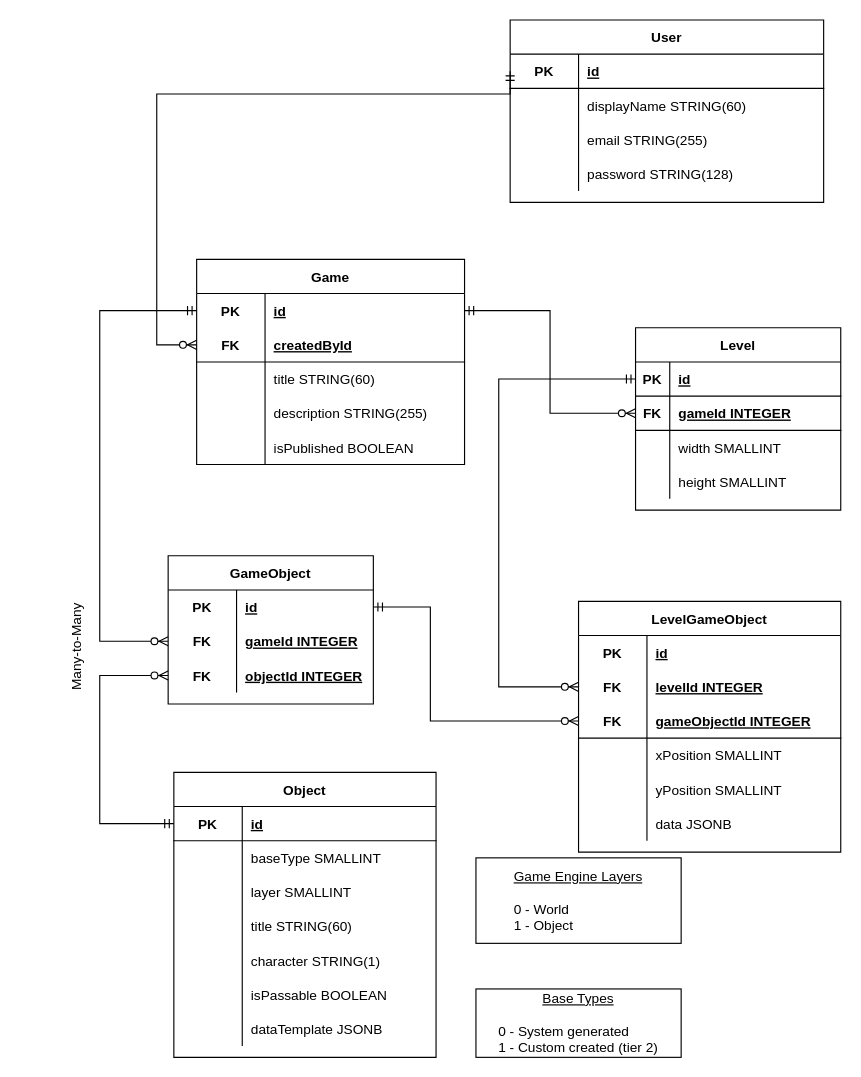
Before: docs/DatabaseERD - tier 1.drawio in CS4450-ASCII/ASCIIDungeons, a draw.io diagram. Source tidied: cells renumbered, new cells numbered last; positions are measured from the earlier drawing's top-left corner, leaving out a move shared by most shapes. Both pictures are drawn from the tidied source at 114%, with x=0, y=0 at pixel (19, 19).
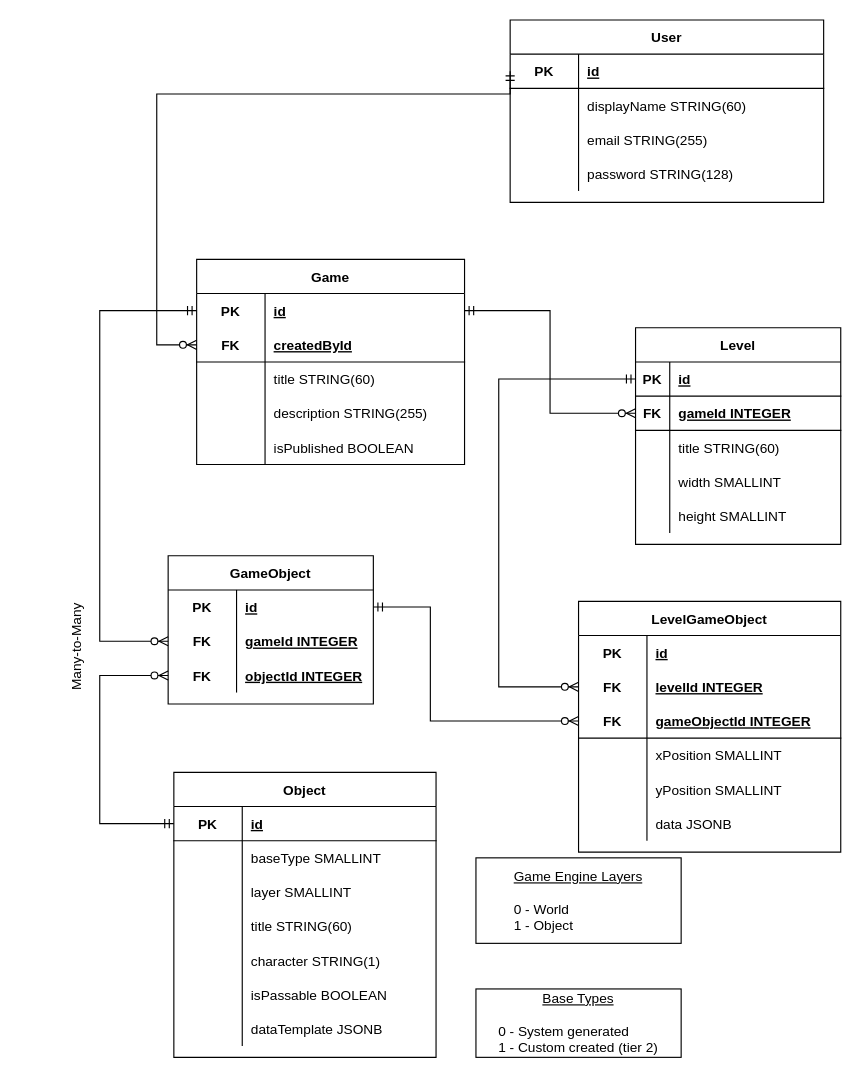
After the change.

Unchanged cells that the change refers to:
```xml
<mxCell id="38" style="shape=partialRectangle;fillColor=none;top=0;left=0;bottom=0;right=0;" parent="31" vertex="1">
  <mxGeometry y="90" width="180" height="30" as="geometry" />
</mxCell>
```

Change to the diagram source:
```diff
@@
     <mxCell id="31" value="Level" style="shape=table;startSize=30;childLayout=tableLayout;rowLines=0;fontStyle=1;align=center;" parent="1" vertex="1">
-      <mxGeometry x="540" y="270" width="180" height="160" as="geometry" />
+      <mxGeometry x="540" y="270" width="180" height="190" as="geometry" />
     </mxCell>
@@
-    <mxCell id="40" value="width SMALLINT" style="shape=partialRectangle;fillColor=none;top=0;left=0;bottom=0;right=0;align=left;spacingLeft=6;overflow=hidden;" parent="38" vertex="1">
+    <mxCell id="40" value="title STRING(60)" style="shape=partialRectangle;fillColor=none;top=0;left=0;bottom=0;right=0;align=left;spacingLeft=6;overflow=hidden;" parent="38" vertex="1">
       <mxGeometry x="30" width="150" height="30" as="geometry" />
     </mxCell>
+    <mxCell id="104" style="shape=partialRectangle;fillColor=none;top=0;left=0;bottom=0;right=0;" parent="31" vertex="1">
+      <mxGeometry y="120" width="180" height="30" as="geometry" />
+    </mxCell>
+    <mxCell id="105" style="shape=partialRectangle;fillColor=none;top=0;left=0;bottom=0;right=0;overflow=hidden;" parent="104" vertex="1">
+      <mxGeometry width="30" height="30" as="geometry" />
+    </mxCell>
+    <mxCell id="106" value="width SMALLINT" style="shape=partialRectangle;fillColor=none;top=0;left=0;bottom=0;right=0;align=left;spacingLeft=6;overflow=hidden;" parent="104" vertex="1">
+      <mxGeometry x="30" width="150" height="30" as="geometry" />
+    </mxCell>
     <mxCell id="41" style="shape=partialRectangle;fillColor=none;top=0;left=0;bottom=0;right=0;" parent="31" vertex="1">
-      <mxGeometry y="120" width="180" height="30" as="geometry" />
+      <mxGeometry y="150" width="180" height="30" as="geometry" />
     </mxCell>
```
